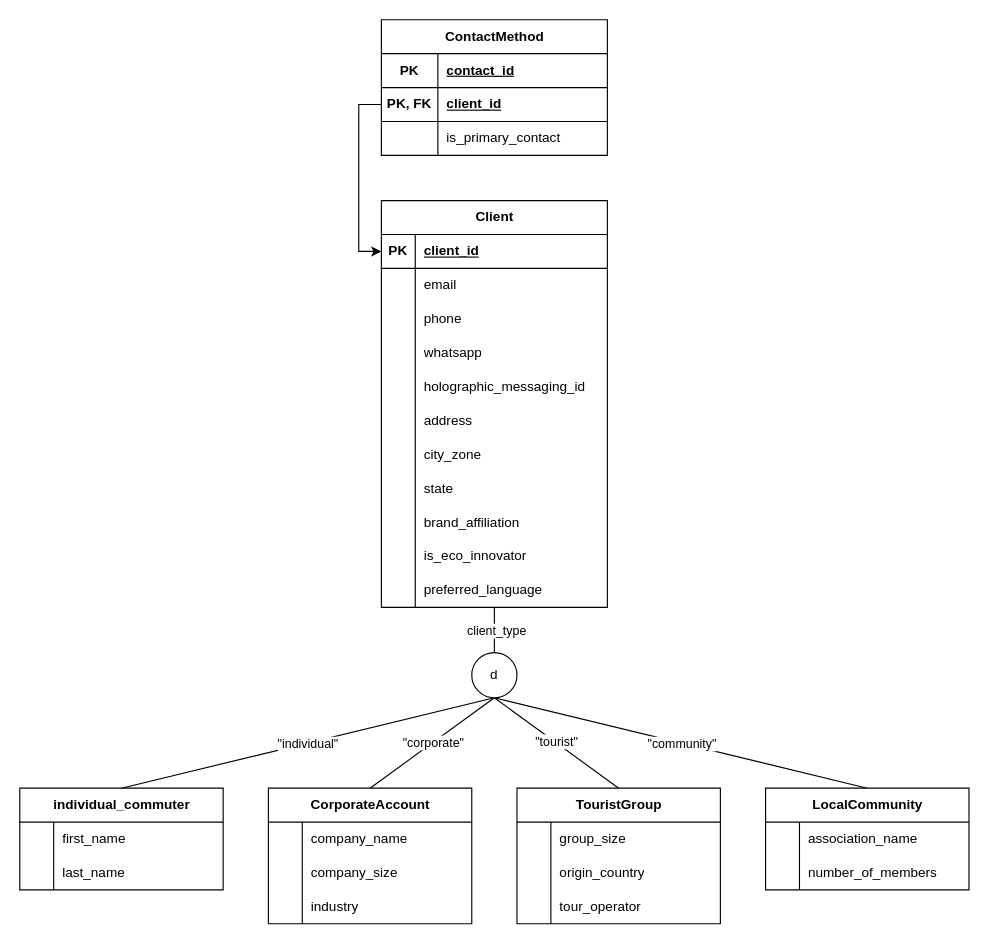
Above: GROUP_ASSIGNMENT.drawio in melvinchia3636/erd (draw.io), before the change. Source tidied: cells renumbered, new cells numbered last; positions are measured from the earlier drawing's top-left corner, leaving out a move shared by most shapes. Both pictures are drawn from the tidied source at 113%, with x=0, y=0 at pixel (19, 19).
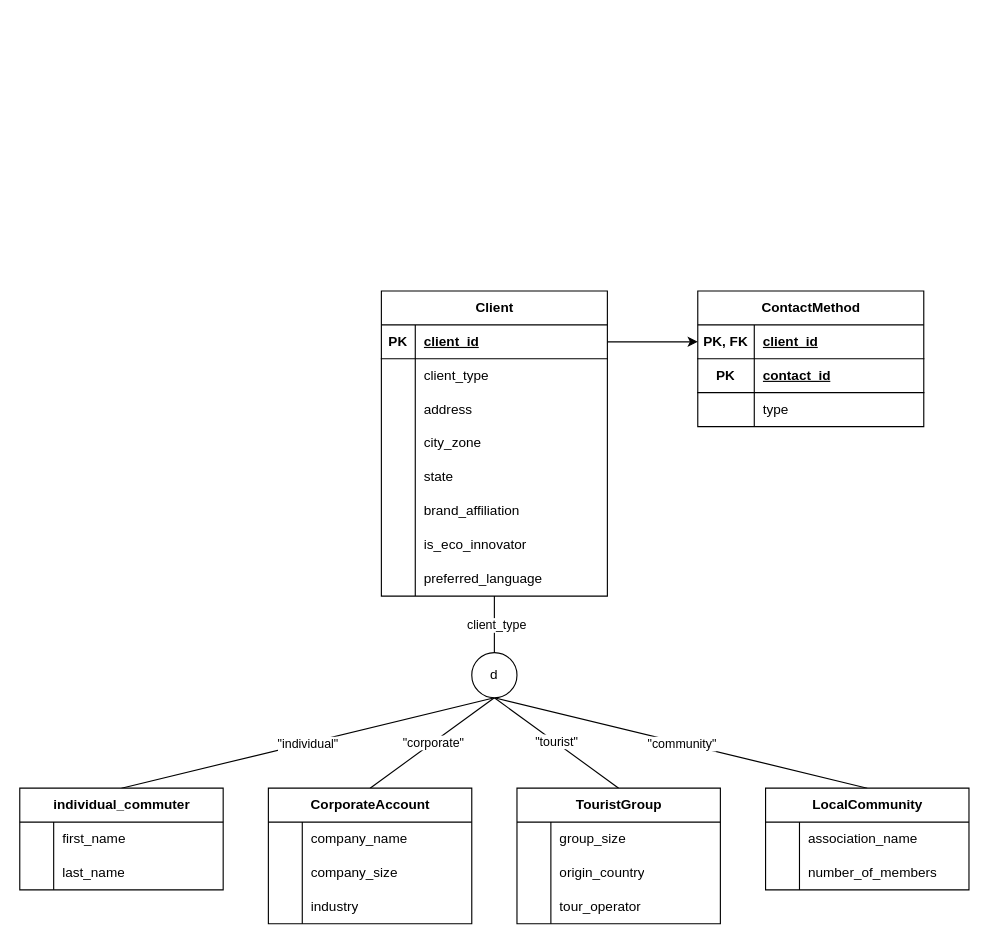
After the change.

The change refers to these unchanged cells:
```xml
<mxCell id="5" style="shape=tableRow;horizontal=0;startSize=0;swimlaneHead=0;swimlaneBody=0;fillColor=none;points=[[0,0.5],[1,0.5]];portConstraint=eastwest;top=0;left=0;right=0;bottom=1;" parent="4" vertex="1">
  <mxGeometry y="30" width="200" height="30" as="geometry" />
</mxCell>
<mxCell id="8" style="shape=tableRow;horizontal=0;startSize=0;swimlaneHead=0;swimlaneBody=0;fillColor=none;top=0;left=0;right=0;bottom=0;" parent="4" vertex="1">
  <mxGeometry y="60" width="200" height="30" as="geometry" />
</mxCell>
<mxCell id="82" style="shape=tableRow;horizontal=0;startSize=0;swimlaneHead=0;swimlaneBody=0;fillColor=none;points=[[0,0.5],[1,0.5]];portConstraint=eastwest;top=0;left=0;right=0;bottom=1;" parent="81" vertex="1">
  <mxGeometry y="30" width="200" height="30" as="geometry" />
</mxCell>
```

Diff of the diagram source:
```diff
@@
     <mxCell id="4" value="Client" style="shape=table;startSize=30;childLayout=tableLayout;rowLines=0;fontStyle=1;align=center;html=1;" parent="1" vertex="1">
-      <mxGeometry x="320" y="160" width="200" height="360" as="geometry" />
+      <mxGeometry x="320" y="240" width="200" height="270" as="geometry" />
     </mxCell>
@@
-    <mxCell id="9" style="shape=partialRectangle;fillColor=none;top=0;left=0;bottom=0;right=0;overflow=hidden;whiteSpace=wrap;html=1;" parent="8" vertex="1">
-      <mxGeometry width="30" height="30" as="geometry" />
-    </mxCell>
-    <mxCell id="10" value="email&lt;span style=&quot;white-space: pre;&quot;&gt;&#9;&lt;/span&gt;" style="shape=partialRectangle;fillColor=none;top=0;left=0;bottom=0;right=0;align=left;spacingLeft=6;overflow=hidden;whiteSpace=wrap;html=1;" parent="8" vertex="1">
-      <mxGeometry x="30" width="170" height="30" as="geometry" />
-    </mxCell>
-    <mxCell id="11" style="shape=tableRow;horizontal=0;startSize=0;swimlaneHead=0;swimlaneBody=0;fillColor=none;top=0;left=0;right=0;bottom=0;" parent="4" vertex="1">
-      <mxGeometry y="90" width="200" height="30" as="geometry" />
-    </mxCell>
-    <mxCell id="12" style="shape=partialRectangle;fillColor=none;top=0;left=0;bottom=0;right=0;overflow=hidden;whiteSpace=wrap;html=1;" parent="11" vertex="1">
-      <mxGeometry width="30" height="30" as="geometry" />
-    </mxCell>
-    <mxCell id="13" value="&lt;div&gt;phone&lt;/div&gt;" style="shape=partialRectangle;fillColor=none;top=0;left=0;bottom=0;right=0;align=left;spacingLeft=6;overflow=hidden;whiteSpace=wrap;html=1;" parent="11" vertex="1">
-      <mxGeometry x="30" width="170" height="30" as="geometry" />
-    </mxCell>
-    <mxCell id="14" style="shape=tableRow;horizontal=0;startSize=0;swimlaneHead=0;swimlaneBody=0;fillColor=none;top=0;left=0;right=0;bottom=0;" parent="4" vertex="1">
-      <mxGeometry y="120" width="200" height="30" as="geometry" />
-    </mxCell>
-    <mxCell id="15" style="shape=partialRectangle;fillColor=none;top=0;left=0;bottom=0;right=0;overflow=hidden;whiteSpace=wrap;html=1;" parent="14" vertex="1">
-      <mxGeometry width="30" height="30" as="geometry" />
-    </mxCell>
-    <mxCell id="16" value="whatsapp" style="shape=partialRectangle;fillColor=none;top=0;left=0;bottom=0;right=0;align=left;spacingLeft=6;overflow=hidden;whiteSpace=wrap;html=1;" parent="14" vertex="1">
-      <mxGeometry x="30" width="170" height="30" as="geometry" />
-    </mxCell>
-    <mxCell id="17" style="shape=tableRow;horizontal=0;startSize=0;swimlaneHead=0;swimlaneBody=0;fillColor=none;top=0;left=0;right=0;bottom=0;" parent="4" vertex="1">
-      <mxGeometry y="150" width="200" height="30" as="geometry" />
-    </mxCell>
-    <mxCell id="18" style="shape=partialRectangle;fillColor=none;top=0;left=0;bottom=0;right=0;overflow=hidden;whiteSpace=wrap;html=1;" parent="17" vertex="1">
-      <mxGeometry width="30" height="30" as="geometry" />
-    </mxCell>
-    <mxCell id="19" value="holographic_messaging_id" style="shape=partialRectangle;fillColor=none;top=0;left=0;bottom=0;right=0;align=left;spacingLeft=6;overflow=hidden;whiteSpace=wrap;html=1;" parent="17" vertex="1">
-      <mxGeometry x="30" width="170" height="30" as="geometry" />
-    </mxCell>
+    <mxCell id="92" style="shape=partialRectangle;fillColor=none;top=0;left=0;bottom=0;right=0;overflow=hidden;whiteSpace=wrap;html=1;" parent="8" vertex="1">
+      <mxGeometry width="30" height="30" as="geometry" />
+    </mxCell>
+    <mxCell id="93" value="client_type" style="shape=partialRectangle;fillColor=none;top=0;left=0;bottom=0;right=0;align=left;spacingLeft=6;overflow=hidden;whiteSpace=wrap;html=1;" parent="8" vertex="1">
+      <mxGeometry x="30" width="170" height="30" as="geometry" />
+    </mxCell>
     <mxCell id="20" style="shape=tableRow;horizontal=0;startSize=0;swimlaneHead=0;swimlaneBody=0;fillColor=none;top=0;left=0;right=0;bottom=0;" parent="4" vertex="1">
-      <mxGeometry y="180" width="200" height="30" as="geometry" />
+      <mxGeometry y="90" width="200" height="30" as="geometry" />
     </mxCell>
@@
     <mxCell id="23" style="shape=tableRow;horizontal=0;startSize=0;swimlaneHead=0;swimlaneBody=0;fillColor=none;top=0;left=0;right=0;bottom=0;" parent="4" vertex="1">
-      <mxGeometry y="210" width="200" height="30" as="geometry" />
+      <mxGeometry y="120" width="200" height="30" as="geometry" />
     </mxCell>
@@
     <mxCell id="26" style="shape=tableRow;horizontal=0;startSize=0;swimlaneHead=0;swimlaneBody=0;fillColor=none;top=0;left=0;right=0;bottom=0;" parent="4" vertex="1">
-      <mxGeometry y="240" width="200" height="30" as="geometry" />
+      <mxGeometry y="150" width="200" height="30" as="geometry" />
     </mxCell>
@@
     <mxCell id="29" style="shape=tableRow;horizontal=0;startSize=0;swimlaneHead=0;swimlaneBody=0;fillColor=none;top=0;left=0;right=0;bottom=0;" parent="4" vertex="1">
-      <mxGeometry y="270" width="200" height="30" as="geometry" />
+      <mxGeometry y="180" width="200" height="30" as="geometry" />
     </mxCell>
@@
     <mxCell id="32" style="shape=tableRow;horizontal=0;startSize=0;swimlaneHead=0;swimlaneBody=0;fillColor=none;top=0;left=0;right=0;bottom=0;" parent="4" vertex="1">
-      <mxGeometry y="300" width="200" height="30" as="geometry" />
+      <mxGeometry y="210" width="200" height="30" as="geometry" />
     </mxCell>
@@
     <mxCell id="35" style="shape=tableRow;horizontal=0;startSize=0;swimlaneHead=0;swimlaneBody=0;fillColor=none;top=0;left=0;right=0;bottom=0;" parent="4" vertex="1">
-      <mxGeometry y="330" width="200" height="30" as="geometry" />
+      <mxGeometry y="240" width="200" height="30" as="geometry" />
     </mxCell>
@@
     <mxCell id="81" value="ContactMethod" style="shape=table;startSize=30;childLayout=tableLayout;rowLines=0;fontStyle=1;align=center;html=1;" parent="1" vertex="1">
-      <mxGeometry x="320" width="200" height="120" as="geometry" />
+      <mxGeometry x="600" y="240" width="200" height="120" as="geometry" />
     </mxCell>
@@
+    <mxCell id="86" value="PK, FK" style="shape=partialRectangle;fillColor=none;top=0;left=0;bottom=0;right=0;fontStyle=1;overflow=hidden;whiteSpace=wrap;html=1;" parent="82" vertex="1">
+      <mxGeometry width="50" height="30" as="geometry" />
+    </mxCell>
+    <mxCell id="87" value="client_id" style="shape=partialRectangle;fillColor=none;top=0;left=0;bottom=0;right=0;align=left;spacingLeft=6;fontStyle=5;overflow=hidden;whiteSpace=wrap;html=1;" parent="82" vertex="1">
+      <mxGeometry x="50" width="150" height="30" as="geometry" />
+    </mxCell>
+    <mxCell id="85" style="shape=tableRow;horizontal=0;startSize=0;swimlaneHead=0;swimlaneBody=0;fillColor=none;points=[[0,0.5],[1,0.5]];portConstraint=eastwest;top=0;left=0;right=0;bottom=1;" parent="81" vertex="1">
+      <mxGeometry y="60" width="200" height="30" as="geometry" />
+    </mxCell>
-    <mxCell id="83" value="PK" style="shape=partialRectangle;fillColor=none;top=0;left=0;bottom=0;right=0;fontStyle=1;overflow=hidden;whiteSpace=wrap;html=1;" parent="82" vertex="1">
+    <mxCell id="83" value="PK" style="shape=partialRectangle;fillColor=none;top=0;left=0;bottom=0;right=0;fontStyle=1;overflow=hidden;whiteSpace=wrap;html=1;" parent="85" vertex="1">
       <mxGeometry width="50" height="30" as="geometry" />
     </mxCell>
-    <mxCell id="84" value="contact_id" style="shape=partialRectangle;fillColor=none;top=0;left=0;bottom=0;right=0;align=left;spacingLeft=6;fontStyle=5;overflow=hidden;whiteSpace=wrap;html=1;" parent="82" vertex="1">
+    <mxCell id="84" value="contact_id" style="shape=partialRectangle;fillColor=none;top=0;left=0;bottom=0;right=0;align=left;spacingLeft=6;fontStyle=5;overflow=hidden;whiteSpace=wrap;html=1;" parent="85" vertex="1">
       <mxGeometry x="50" width="150" height="30" as="geometry" />
     </mxCell>
-    <mxCell id="85" style="shape=tableRow;horizontal=0;startSize=0;swimlaneHead=0;swimlaneBody=0;fillColor=none;points=[[0,0.5],[1,0.5]];portConstraint=eastwest;top=0;left=0;right=0;bottom=1;" parent="81" vertex="1">
-      <mxGeometry y="60" width="200" height="30" as="geometry" />
-    </mxCell>
-    <mxCell id="86" value="PK, FK" style="shape=partialRectangle;fillColor=none;top=0;left=0;bottom=0;right=0;fontStyle=1;overflow=hidden;whiteSpace=wrap;html=1;" parent="85" vertex="1">
-      <mxGeometry width="50" height="30" as="geometry" />
-    </mxCell>
-    <mxCell id="87" value="client_id" style="shape=partialRectangle;fillColor=none;top=0;left=0;bottom=0;right=0;align=left;spacingLeft=6;fontStyle=5;overflow=hidden;whiteSpace=wrap;html=1;" parent="85" vertex="1">
-      <mxGeometry x="50" width="150" height="30" as="geometry" />
-    </mxCell>
-    <mxCell id="88" style="shape=tableRow;horizontal=0;startSize=0;swimlaneHead=0;swimlaneBody=0;fillColor=none;top=0;left=0;right=0;bottom=0;" parent="81" vertex="1">
-      <mxGeometry y="90" width="200" height="30" as="geometry" />
-    </mxCell>
+    <mxCell id="94" style="shape=tableRow;horizontal=0;startSize=0;swimlaneHead=0;swimlaneBody=0;fillColor=none;top=0;left=0;right=0;bottom=0;" parent="81" vertex="1">
+      <mxGeometry y="90" width="200" height="30" as="geometry" />
+    </mxCell>
-    <mxCell id="89" style="shape=partialRectangle;fillColor=none;top=0;left=0;bottom=0;right=0;overflow=hidden;whiteSpace=wrap;html=1;" parent="88" vertex="1">
+    <mxCell id="89" style="shape=partialRectangle;fillColor=none;top=0;left=0;bottom=0;right=0;overflow=hidden;whiteSpace=wrap;html=1;" parent="94" vertex="1">
       <mxGeometry width="50" height="30" as="geometry" />
     </mxCell>
-    <mxCell id="90" value="is_primary_contact" style="shape=partialRectangle;fillColor=none;top=0;left=0;bottom=0;right=0;align=left;spacingLeft=6;overflow=hidden;whiteSpace=wrap;html=1;" parent="88" vertex="1">
-      <mxGeometry x="50" width="150" height="30" as="geometry" />
-    </mxCell>
-    <mxCell id="91" style="edgeStyle=orthogonalEdgeStyle;rounded=0;jettySize=auto;html=1;entryX=0;entryY=0.5;entryDx=0;entryDy=0;" parent="1" edge="1" source="85" target="5">
-      <mxGeometry relative="1" as="geometry" />
-    </mxCell>
+    <mxCell id="95" value="type" style="shape=partialRectangle;fillColor=none;top=0;left=0;bottom=0;right=0;align=left;spacingLeft=6;overflow=hidden;whiteSpace=wrap;html=1;" parent="94" vertex="1">
+      <mxGeometry x="50" width="150" height="30" as="geometry" />
+    </mxCell>
+    <mxCell id="96" style="edgeStyle=orthogonalEdgeStyle;rounded=0;jettySize=auto;html=1;entryX=0;entryY=0.5;entryDx=0;entryDy=0;" parent="1" edge="1" source="5" target="82">
+      <mxGeometry relative="1" as="geometry" />
+    </mxCell>
```
